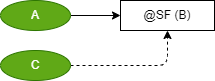
Earlier version of the draw.io export Language/png/IF1.dio.png (DualsoftDev/ds). Source tidied: cells renumbered, new cells last; positions are measured from the earlier drawing's top-left corner, leaving out a move shared by most shapes. The source it was exported from:
```xml
<mxGraphModel>
  <root>
    <mxCell id="0" />
    <mxCell id="1" parent="0" />
    <mxCell id="2" style="edgeStyle=none;html=1;exitX=1;exitY=0.5;exitDx=0;exitDy=0;entryX=0;entryY=0.5;entryDx=0;entryDy=0;" parent="1" edge="1" source="6" target="5">
      <mxGeometry relative="1" as="geometry" />
    </mxCell>
    <mxCell id="3" style="edgeStyle=orthogonalEdgeStyle;html=1;exitX=1;exitY=0.5;exitDx=0;exitDy=0;entryX=0.5;entryY=1;entryDx=0;entryDy=0;dashed=1;" parent="1" edge="1" source="4" target="5">
      <mxGeometry relative="1" as="geometry" />
    </mxCell>
    <mxCell id="4" value="C" style="ellipse;whiteSpace=wrap;html=1;fillColor=#60a917;fontColor=#ffffff;strokeColor=#2D7600;" parent="1" vertex="1">
      <mxGeometry y="50" width="70" height="30" as="geometry" />
    </mxCell>
    <mxCell id="5" value="@SF (B)" style="rounded=0;whiteSpace=wrap;html=1;" parent="1" vertex="1">
      <mxGeometry x="120" width="94" height="30" as="geometry" />
    </mxCell>
    <mxCell id="6" value="A" style="ellipse;whiteSpace=wrap;html=1;fillColor=#60a917;fontColor=#ffffff;strokeColor=#2D7600;" parent="1" vertex="1">
      <mxGeometry width="70" height="30" as="geometry" />
    </mxCell>
  </root>
</mxGraphModel>
```
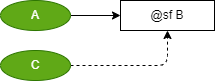
The same diagram one commit later.

Change to the diagram source:
```diff
@@ -11,7 +11,7 @@
     <mxCell id="4" value="C" style="ellipse;whiteSpace=wrap;html=1;fillColor=#60a917;fontColor=#ffffff;strokeColor=#2D7600;" parent="1" vertex="1">
       <mxGeometry y="50" width="70" height="30" as="geometry" />
     </mxCell>
-    <mxCell id="5" value="@SF (B)" style="rounded=0;whiteSpace=wrap;html=1;" parent="1" vertex="1">
+    <mxCell id="5" value="@sf B" style="rounded=0;whiteSpace=wrap;html=1;" parent="1" vertex="1">
       <mxGeometry x="120" width="94" height="30" as="geometry" />
     </mxCell>
     <mxCell id="6" value="A" style="ellipse;whiteSpace=wrap;html=1;fillColor=#60a917;fontColor=#ffffff;strokeColor=#2D7600;" parent="1" vertex="1">
```
